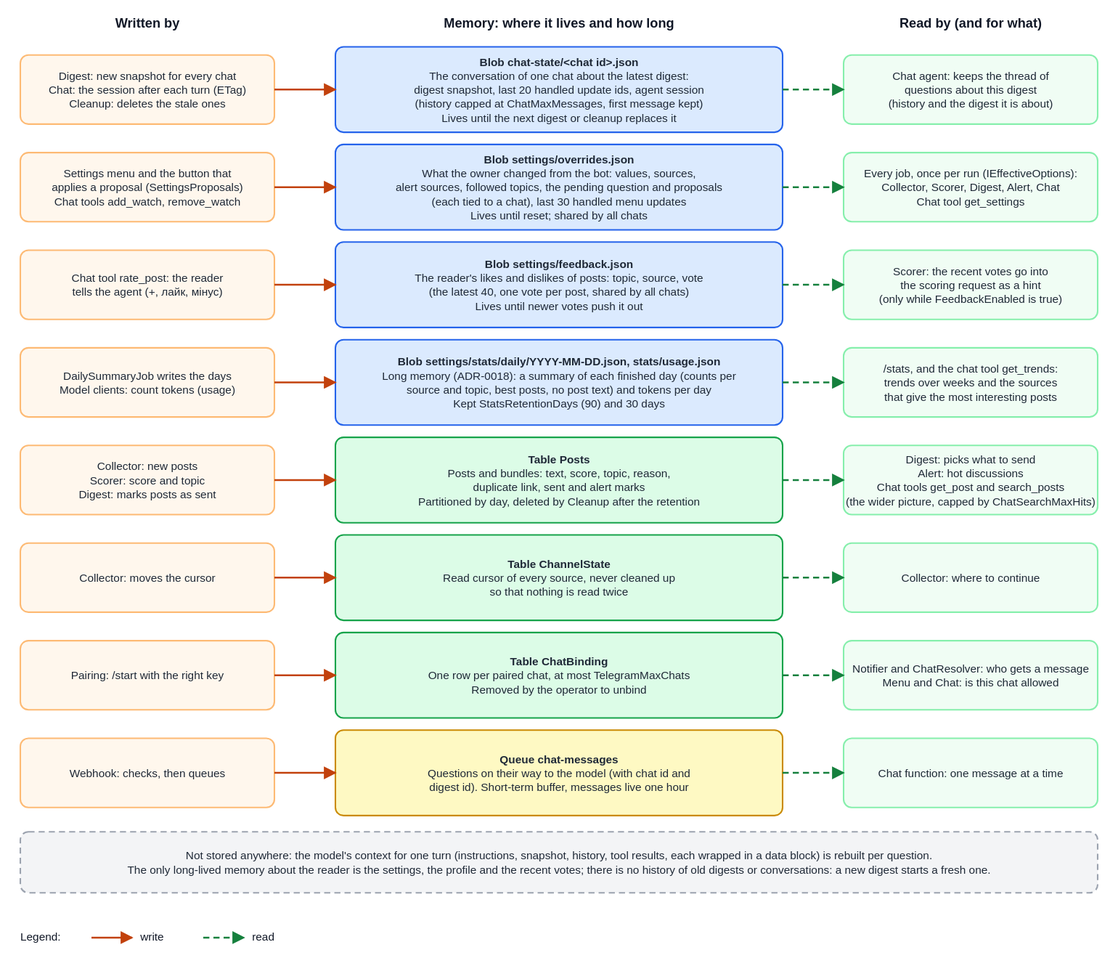
Earlier version of the draw.io export docs/developer-guide/images/memory.drawio.svg (KopylP/signal-feed). Source tidied: cells renumbered, new cells last; positions are measured from the earlier drawing's top-left corner, leaving out a move shared by most shapes.
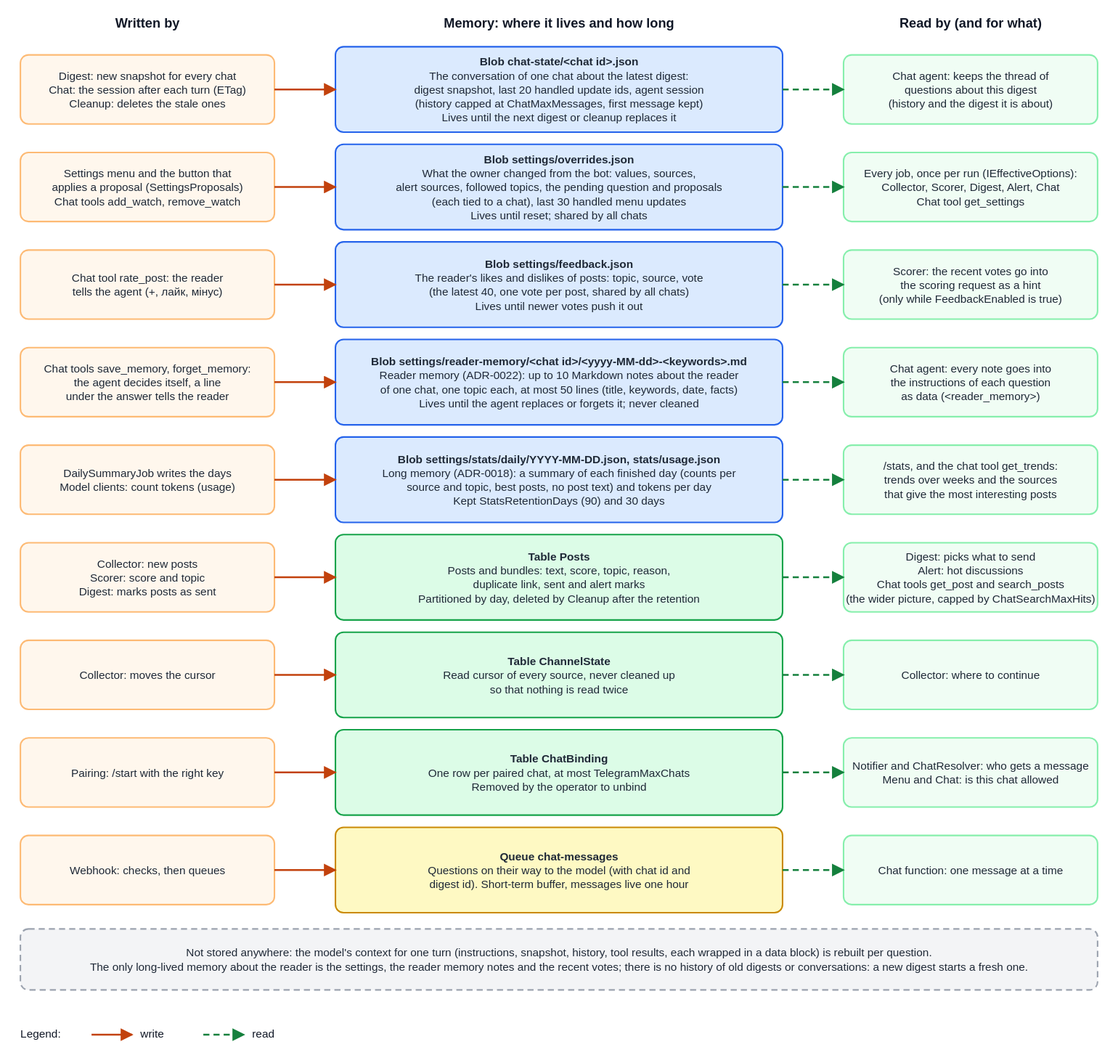
Later version of the same file.

What changed in the source:
```diff
@@ -3,102 +3,102 @@
     <mxCell id="0" />
     <mxCell id="1" parent="0" />
     <mxCell id="2" value="&lt;b&gt;Written by&lt;/b&gt;" style="text;html=1;whiteSpace=wrap;align=center;verticalAlign=top;spacing=0;fontSize=13;fontColor=#111827;" parent="1" vertex="1">
-      <mxGeometry width="250" height="19" as="geometry" />
+      <mxGeometry y="-96" width="250" height="19" as="geometry" />
     </mxCell>
     <mxCell id="3" value="&lt;b&gt;Memory: where it lives and how long&lt;/b&gt;" style="text;html=1;whiteSpace=wrap;align=center;verticalAlign=top;spacing=0;fontSize=13;fontColor=#111827;" parent="1" vertex="1">
-      <mxGeometry x="310" width="440" height="19" as="geometry" />
+      <mxGeometry x="310" y="-96" width="440" height="19" as="geometry" />
     </mxCell>
     <mxCell id="4" value="&lt;b&gt;Read by (and for what)&lt;/b&gt;" style="text;html=1;whiteSpace=wrap;align=center;verticalAlign=top;spacing=0;fontSize=13;fontColor=#111827;" parent="1" vertex="1">
-      <mxGeometry x="810" width="250" height="19" as="geometry" />
+      <mxGeometry x="810" y="-96" width="250" height="19" as="geometry" />
     </mxCell>
     <mxCell id="5" style="rounded=1;arcSize=6;html=1;strokeColor=#2563eb;fillColor=#dbeafe;strokeWidth=1.5;" parent="1" vertex="1">
-      <mxGeometry x="310" y="32" width="440" height="84" as="geometry" />
+      <mxGeometry x="310" y="-64" width="440" height="84" as="geometry" />
     </mxCell>
     <mxCell id="6" value="&lt;b&gt;Blob  chat-state/&amp;lt;chat id&amp;gt;.json&lt;/b&gt;&lt;br&gt;The conversation of one chat about the latest digest:&lt;br&gt;digest snapshot, last 20 handled update ids, agent session&lt;br&gt;(history capped at ChatMaxMessages, first message kept)&lt;br&gt;Lives until the next digest or cleanup replaces it" style="text;html=1;whiteSpace=wrap;align=center;verticalAlign=top;spacing=0;fontSize=11;fontColor=#1f2937;" parent="1" vertex="1">
-      <mxGeometry x="310" y="39.6" width="440" height="70.8" as="geometry" />
+      <mxGeometry x="310" y="-56.4" width="440" height="70.8" as="geometry" />
     </mxCell>
     <mxCell id="7" style="rounded=1;arcSize=6;html=1;strokeColor=#fdba74;fillColor=#fff7ed;strokeWidth=1.5;" parent="1" vertex="1">
-      <mxGeometry y="40" width="250" height="68" as="geometry" />
+      <mxGeometry y="-56" width="250" height="68" as="geometry" />
     </mxCell>
     <mxCell id="8" value="Digest: new snapshot for every chat&lt;br&gt;Chat: the session after each turn (ETag)&lt;br&gt;Cleanup: deletes the stale ones" style="text;html=1;whiteSpace=wrap;align=center;verticalAlign=top;spacing=0;fontSize=11;fontColor=#1f2937;" parent="1" vertex="1">
-      <mxGeometry y="53.4" width="250" height="43.2" as="geometry" />
+      <mxGeometry y="-42.6" width="250" height="43.2" as="geometry" />
     </mxCell>
     <mxCell id="9" style="rounded=1;arcSize=6;html=1;strokeColor=#86efac;fillColor=#f0fdf4;strokeWidth=1.5;" parent="1" vertex="1">
-      <mxGeometry x="810" y="40" width="250" height="68" as="geometry" />
+      <mxGeometry x="810" y="-56" width="250" height="68" as="geometry" />
     </mxCell>
     <mxCell id="10" value="Chat agent: keeps the thread of&lt;br&gt;questions about this digest&lt;br&gt;(history and the digest it is about)" style="text;html=1;whiteSpace=wrap;align=center;verticalAlign=top;spacing=0;fontSize=11;fontColor=#1f2937;" parent="1" vertex="1">
-      <mxGeometry x="810" y="53.4" width="250" height="43.2" as="geometry" />
+      <mxGeometry x="810" y="-42.6" width="250" height="43.2" as="geometry" />
     </mxCell>
     <mxCell id="11" style="endArrow=block;html=1;strokeColor=#c2410c;strokeWidth=1.8;" parent="1" edge="1">
       <mxGeometry relative="1" as="geometry">
-        <mxPoint x="250" y="74" as="sourcePoint" />
-        <mxPoint x="310" y="74" as="targetPoint" />
+        <mxPoint x="250" y="-22" as="sourcePoint" />
+        <mxPoint x="310" y="-22" as="targetPoint" />
       </mxGeometry>
     </mxCell>
     <mxCell id="12" style="endArrow=block;html=1;strokeColor=#15803d;strokeWidth=1.8;dashed=1;" parent="1" edge="1">
       <mxGeometry relative="1" as="geometry">
-        <mxPoint x="750" y="74" as="sourcePoint" />
-        <mxPoint x="810" y="74" as="targetPoint" />
+        <mxPoint x="750" y="-22" as="sourcePoint" />
+        <mxPoint x="810" y="-22" as="targetPoint" />
       </mxGeometry>
     </mxCell>
     <mxCell id="13" style="rounded=1;arcSize=6;html=1;strokeColor=#2563eb;fillColor=#dbeafe;strokeWidth=1.5;" parent="1" vertex="1">
-      <mxGeometry x="310" y="128" width="440" height="84" as="geometry" />
+      <mxGeometry x="310" y="32" width="440" height="84" as="geometry" />
     </mxCell>
     <mxCell id="14" value="&lt;b&gt;Blob  settings/overrides.json&lt;/b&gt;&lt;br&gt;What the owner changed from the bot: values, sources,&lt;br&gt;alert sources, followed topics, the pending question and proposals&lt;br&gt;(each tied to a chat), last 30 handled menu updates&lt;br&gt;Lives until reset; shared by all chats" style="text;html=1;whiteSpace=wrap;align=center;verticalAlign=top;spacing=0;fontSize=11;fontColor=#1f2937;" parent="1" vertex="1">
-      <mxGeometry x="310" y="135.6" width="440" height="70.8" as="geometry" />
+      <mxGeometry x="310" y="39.6" width="440" height="70.8" as="geometry" />
     </mxCell>
     <mxCell id="15" style="rounded=1;arcSize=6;html=1;strokeColor=#fdba74;fillColor=#fff7ed;strokeWidth=1.5;" parent="1" vertex="1">
-      <mxGeometry y="136" width="250" height="68" as="geometry" />
+      <mxGeometry y="40" width="250" height="68" as="geometry" />
     </mxCell>
     <mxCell id="16" value="Settings menu and the button that&lt;br&gt;applies a proposal (SettingsProposals)&lt;br&gt;Chat tools add_watch, remove_watch" style="text;html=1;whiteSpace=wrap;align=center;verticalAlign=top;spacing=0;fontSize=11;fontColor=#1f2937;" parent="1" vertex="1">
-      <mxGeometry y="156.2" width="250" height="29.5" as="geometry" />
+      <mxGeometry y="60.2" width="250" height="29.5" as="geometry" />
     </mxCell>
     <mxCell id="17" style="rounded=1;arcSize=6;html=1;strokeColor=#86efac;fillColor=#f0fdf4;strokeWidth=1.5;" parent="1" vertex="1">
-      <mxGeometry x="810" y="136" width="250" height="68" as="geometry" />
+      <mxGeometry x="810" y="40" width="250" height="68" as="geometry" />
     </mxCell>
     <mxCell id="18" value="Every job, once per run (IEffectiveOptions):&lt;br&gt;Collector, Scorer, Digest, Alert, Chat&lt;br&gt;Chat tool get_settings" style="text;html=1;whiteSpace=wrap;align=center;verticalAlign=top;spacing=0;fontSize=11;fontColor=#1f2937;" parent="1" vertex="1">
-      <mxGeometry x="810" y="149.4" width="250" height="43.2" as="geometry" />
+      <mxGeometry x="810" y="53.4" width="250" height="43.2" as="geometry" />
     </mxCell>
     <mxCell id="19" style="endArrow=block;html=1;strokeColor=#c2410c;strokeWidth=1.8;" parent="1" edge="1">
       <mxGeometry relative="1" as="geometry">
-        <mxPoint x="250" y="170" as="sourcePoint" />
-        <mxPoint x="310" y="170" as="targetPoint" />
+        <mxPoint x="250" y="74" as="sourcePoint" />
+        <mxPoint x="310" y="74" as="targetPoint" />
       </mxGeometry>
     </mxCell>
     <mxCell id="20" style="endArrow=block;html=1;strokeColor=#15803d;strokeWidth=1.8;dashed=1;" parent="1" edge="1">
       <mxGeometry relative="1" as="geometry">
-        <mxPoint x="750" y="170" as="sourcePoint" />
-        <mxPoint x="810" y="170" as="targetPoint" />
+        <mxPoint x="750" y="74" as="sourcePoint" />
+        <mxPoint x="810" y="74" as="targetPoint" />
       </mxGeometry>
     </mxCell>
     <mxCell id="21" style="rounded=1;arcSize=6;html=1;strokeColor=#2563eb;fillColor=#dbeafe;strokeWidth=1.5;" parent="1" vertex="1">
-      <mxGeometry x="310" y="224" width="440" height="84" as="geometry" />
+      <mxGeometry x="310" y="128" width="440" height="84" as="geometry" />
     </mxCell>
     <mxCell id="22" value="&lt;b&gt;Blob  settings/feedback.json&lt;/b&gt;&lt;br&gt;The reader's likes and dislikes of posts: topic, source, vote&lt;br&gt;(the latest 40, one vote per post, shared by all chats)&lt;br&gt;Lives until newer votes push it out" style="text;html=1;whiteSpace=wrap;align=center;verticalAlign=top;spacing=0;fontSize=11;fontColor=#1f2937;" parent="1" vertex="1">
-      <mxGeometry x="310" y="238.5" width="440" height="57" as="geometry" />
+      <mxGeometry x="310" y="142.5" width="440" height="57" as="geometry" />
     </mxCell>
     <mxCell id="23" style="rounded=1;arcSize=6;html=1;strokeColor=#fdba74;fillColor=#fff7ed;strokeWidth=1.5;" parent="1" vertex="1">
-      <mxGeometry y="232" width="250" height="68" as="geometry" />
+      <mxGeometry y="136" width="250" height="68" as="geometry" />
     </mxCell>
     <mxCell id="24" value="Chat tool rate_post: the reader&lt;br&gt;tells the agent (+, лайк, мінус)" style="text;html=1;whiteSpace=wrap;align=center;verticalAlign=top;spacing=0;fontSize=11;fontColor=#1f2937;" parent="1" vertex="1">
-      <mxGeometry y="252.2" width="250" height="29.5" as="geometry" />
+      <mxGeometry y="156.2" width="250" height="29.5" as="geometry" />
     </mxCell>
     <mxCell id="25" style="rounded=1;arcSize=6;html=1;strokeColor=#86efac;fillColor=#f0fdf4;strokeWidth=1.5;" parent="1" vertex="1">
-      <mxGeometry x="810" y="232" width="250" height="68" as="geometry" />
+      <mxGeometry x="810" y="136" width="250" height="68" as="geometry" />
     </mxCell>
     <mxCell id="26" value="Scorer: the recent votes go into&lt;br&gt;the scoring request as a hint&lt;br&gt;(only while FeedbackEnabled is true)" style="text;html=1;whiteSpace=wrap;align=center;verticalAlign=top;spacing=0;fontSize=11;fontColor=#1f2937;" parent="1" vertex="1">
-      <mxGeometry x="810" y="245.4" width="250" height="43.2" as="geometry" />
+      <mxGeometry x="810" y="149.4" width="250" height="43.2" as="geometry" />
     </mxCell>
     <mxCell id="27" style="endArrow=block;html=1;strokeColor=#c2410c;strokeWidth=1.8;" parent="1" edge="1">
       <mxGeometry relative="1" as="geometry">
-        <mxPoint x="250" y="266" as="sourcePoint" />
-        <mxPoint x="310" y="266" as="targetPoint" />
+        <mxPoint x="250" y="170" as="sourcePoint" />
+        <mxPoint x="310" y="170" as="targetPoint" />
       </mxGeometry>
     </mxCell>
     <mxCell id="28" style="endArrow=block;html=1;strokeColor=#15803d;strokeWidth=1.8;dashed=1;" parent="1" edge="1">
       <mxGeometry relative="1" as="geometry">
-        <mxPoint x="750" y="266" as="sourcePoint" />
-        <mxPoint x="810" y="266" as="targetPoint" />
+        <mxPoint x="750" y="170" as="sourcePoint" />
+        <mxPoint x="810" y="170" as="targetPoint" />
       </mxGeometry>
     </mxCell>
     <mxCell id="29" style="rounded=1;arcSize=6;html=1;strokeColor=#2563eb;fillColor=#dbeafe;strokeWidth=1.5;" parent="1" vertex="1">
@@ -254,7 +254,7 @@
     <mxCell id="69" style="rounded=1;arcSize=6;html=1;strokeColor=#9ca3af;fillColor=#f3f4f6;strokeWidth=1.5;dashed=1;" parent="1" vertex="1">
       <mxGeometry y="804" width="1060" height="60" as="geometry" />
     </mxCell>
-    <mxCell id="70" value="Not stored anywhere: the model&amp;#x27;s context for one turn (instructions, snapshot, history, tool results, each wrapped in a data block) is rebuilt per question.&lt;br&gt;The only long-lived memory about the reader is the settings, the profile and the recent votes; there is no history of old digests or conversations: a new digest starts a fresh one." style="text;html=1;whiteSpace=wrap;align=center;verticalAlign=top;spacing=0;fontSize=11;fontColor=#1f2937;" parent="1" vertex="1">
+    <mxCell id="70" value="Not stored anywhere: the model&amp;#x27;s context for one turn (instructions, snapshot, history, tool results, each wrapped in a data block) is rebuilt per question.&lt;br&gt;The only long-lived memory about the reader is the settings, the reader memory notes and the recent votes; there is no history of old digests or conversations: a new digest starts a fresh one." style="text;html=1;whiteSpace=wrap;align=center;verticalAlign=top;spacing=0;fontSize=11;fontColor=#1f2937;" parent="1" vertex="1">
       <mxGeometry y="820.2" width="1060" height="29.5" as="geometry" />
     </mxCell>
     <mxCell id="71" value="Legend:" style="text;html=1;whiteSpace=wrap;align=left;verticalAlign=top;spacing=0;fontSize=11;fontColor=#111827;" parent="1" vertex="1">
@@ -278,5 +278,35 @@
     <mxCell id="75" value="read" style="text;html=1;whiteSpace=wrap;align=left;verticalAlign=top;spacing=0;fontSize=11;fontColor=#111827;" parent="1" vertex="1">
       <mxGeometry x="228" y="900" width="60" height="17" as="geometry" />
     </mxCell>
+    <mxCell id="76" style="rounded=1;arcSize=6;html=1;strokeColor=#2563eb;fillColor=#dbeafe;strokeWidth=1.5;" parent="1" vertex="1">
+      <mxGeometry x="310" y="224" width="440" height="84" as="geometry" />
+    </mxCell>
+    <mxCell id="77" value="&lt;b&gt;Blob  settings/reader-memory/&amp;lt;chat id&amp;gt;/&amp;lt;yyyy-MM-dd&amp;gt;-&amp;lt;keywords&amp;gt;.md&lt;/b&gt;&lt;br&gt;Reader memory (ADR-0022): up to 10 Markdown notes about the reader&lt;br&gt;of one chat, one topic each, at most 50 lines (title, keywords, date, facts)&lt;br&gt;Lives until the agent replaces or forgets it; never cleaned" style="text;html=1;whiteSpace=wrap;align=center;verticalAlign=top;spacing=0;fontSize=11;fontColor=#1f2937;" parent="1" vertex="1">
+      <mxGeometry x="310" y="238.5" width="440" height="57" as="geometry" />
+    </mxCell>
+    <mxCell id="78" style="rounded=1;arcSize=6;html=1;strokeColor=#fdba74;fillColor=#fff7ed;strokeWidth=1.5;" parent="1" vertex="1">
+      <mxGeometry y="232" width="250" height="68" as="geometry" />
+    </mxCell>
+    <mxCell id="79" value="Chat tools save_memory, forget_memory:&lt;br&gt;the agent decides itself, a line&lt;br&gt;under the answer tells the reader" style="text;html=1;whiteSpace=wrap;align=center;verticalAlign=top;spacing=0;fontSize=11;fontColor=#1f2937;" parent="1" vertex="1">
+      <mxGeometry y="245.4" width="250" height="43.2" as="geometry" />
+    </mxCell>
+    <mxCell id="80" style="rounded=1;arcSize=6;html=1;strokeColor=#86efac;fillColor=#f0fdf4;strokeWidth=1.5;" parent="1" vertex="1">
+      <mxGeometry x="810" y="232" width="250" height="68" as="geometry" />
+    </mxCell>
+    <mxCell id="81" value="Chat agent: every note goes into&lt;br&gt;the instructions of each question&lt;br&gt;as data (&amp;lt;reader_memory&amp;gt;)" style="text;html=1;whiteSpace=wrap;align=center;verticalAlign=top;spacing=0;fontSize=11;fontColor=#1f2937;" parent="1" vertex="1">
+      <mxGeometry x="810" y="245.4" width="250" height="43.2" as="geometry" />
+    </mxCell>
+    <mxCell id="82" style="endArrow=block;html=1;strokeColor=#c2410c;strokeWidth=1.8;" parent="1" edge="1">
+      <mxGeometry relative="1" as="geometry">
+        <mxPoint x="250" y="266" as="sourcePoint" />
+        <mxPoint x="310" y="266" as="targetPoint" />
+      </mxGeometry>
+    </mxCell>
+    <mxCell id="83" style="endArrow=block;html=1;strokeColor=#15803d;strokeWidth=1.8;dashed=1;" parent="1" edge="1">
+      <mxGeometry relative="1" as="geometry">
+        <mxPoint x="750" y="266" as="sourcePoint" />
+        <mxPoint x="810" y="266" as="targetPoint" />
+      </mxGeometry>
+    </mxCell>
   </root>
 </mxGraphModel>
```
